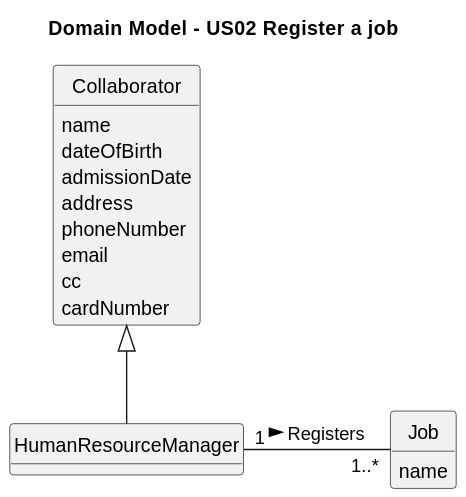
The PlantUML diagram docs/sprint2/us02/02.analysis/svg/us02-domain-model.svg in Departamento-de-Engenharia-Informatica/lei-24-s2-1db-g022, before a commit. The source it was exported from:
```plantuml
@startuml
skinparam monochrome true
skinparam packageStyle rectangle
skinparam shadowing false
skinparam classAttributeIconSize 0
hide circle
hide methods

title Domain Model - US02 Register a job

class HumanResourceManager {
}

class Collaborator {
    name
    dateOfBirth
    admissionDate
    address
    phoneNumber
    email
    cc
    cardNumber

}

class Job{
    name
}

Collaborator  <|--  HumanResourceManager
HumanResourceManager "1" - "1..*" Job : Registers >
@enduml
```
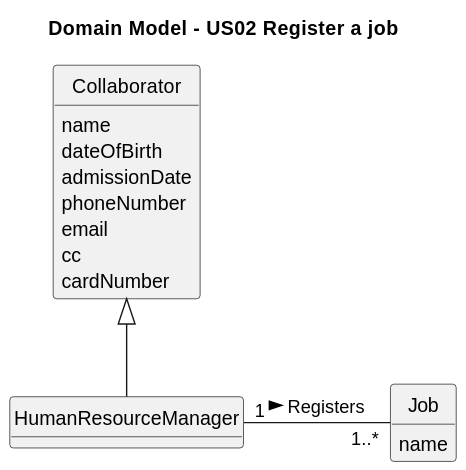
After the change.

Diff of the diagram source:
```diff
@@ -15,7 +15,6 @@
     name
     dateOfBirth
     admissionDate
-    address
     phoneNumber
     email
     cc
```
